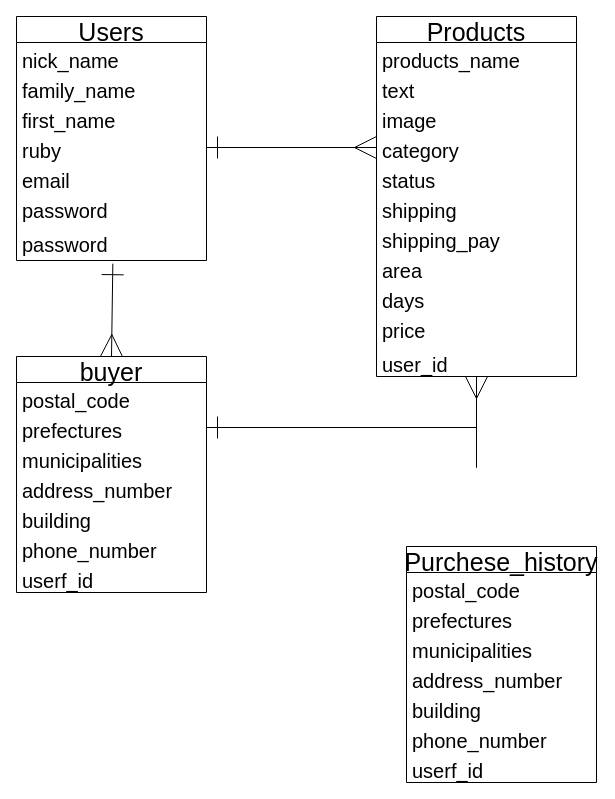
Above: figure.dio in shige1128/furima-30933 (draw.io), before the change. Source tidied: cells renumbered, new cells numbered last; positions are measured from the earlier drawing's top-left corner, leaving out a move shared by most shapes. Both pictures are drawn from the tidied source at 100%, with x=0, y=0 at pixel (16, 16).
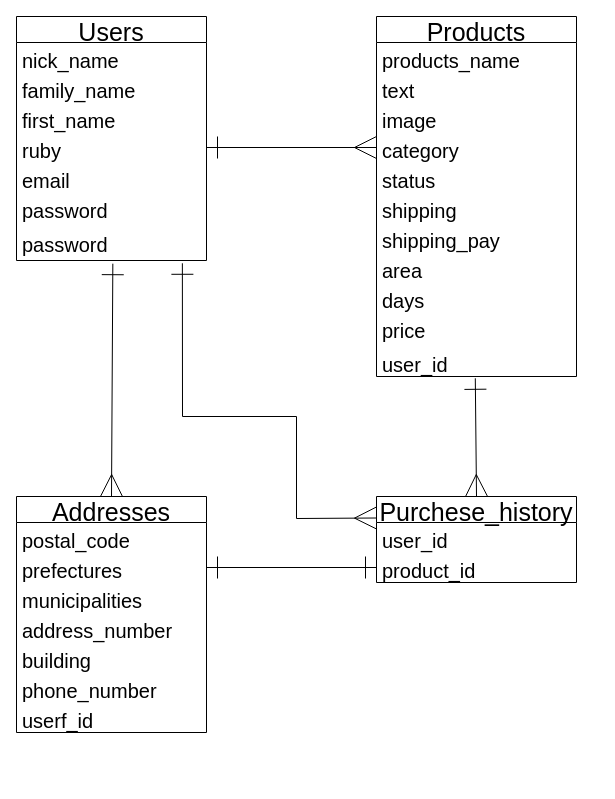
The same page after the edit.

Unchanged cells that the change refers to:
```xml
<mxCell id="10" value="password" style="text;strokeColor=none;fillColor=none;spacingLeft=4;spacingRight=4;overflow=hidden;points=[[0,0.5],[1,0.5]];portConstraint=eastwest;fontSize=20;" parent="3" vertex="1">
  <mxGeometry y="210" width="190" height="34" as="geometry" />
</mxCell>
<mxCell id="22" value="user_id" style="text;strokeColor=none;fillColor=none;spacingLeft=4;spacingRight=4;overflow=hidden;points=[[0,0.5],[1,0.5]];portConstraint=eastwest;fontSize=20;" parent="11" vertex="1">
  <mxGeometry y="330" width="200" height="30" as="geometry" />
</mxCell>
<mxCell id="25" value="prefectures" style="text;strokeColor=none;fillColor=none;spacingLeft=4;spacingRight=4;overflow=hidden;points=[[0,0.5],[1,0.5]];portConstraint=eastwest;fontSize=20;" parent="23" vertex="1">
  <mxGeometry y="56" width="190" height="30" as="geometry" />
</mxCell>
```

Diff of the diagram source:
```diff
@@
+    <mxCell id="41" style="edgeStyle=none;rounded=0;jettySize=auto;html=1;exitX=0.494;exitY=1.06;exitDx=0;exitDy=0;entryX=0.5;entryY=0;entryDx=0;entryDy=0;startArrow=ERone;startFill=0;startSize=20;sourcePerimeterSpacing=0;endArrow=ERmany;endFill=0;endSize=20;targetPerimeterSpacing=6;strokeWidth=1;fontSize=25;exitPerimeter=0;" parent="1" edge="1" source="22" target="33">
+      <mxGeometry relative="1" as="geometry" />
+    </mxCell>
@@
-    <mxCell id="23" value="buyer" style="swimlane;fontStyle=0;horizontal=1;startSize=26;align=center;fontSize=25;" parent="1" vertex="1">
-      <mxGeometry y="340" width="190" height="236" as="geometry" />
+    <mxCell id="23" value="Addresses" style="swimlane;fontStyle=0;horizontal=1;startSize=26;align=center;fontSize=25;" parent="1" vertex="1">
+      <mxGeometry y="480" width="190" height="236" as="geometry" />
     </mxCell>
@@
-    <mxCell id="31" style="edgeStyle=orthogonalEdgeStyle;rounded=0;orthogonalLoop=1;jettySize=auto;html=1;exitX=1;exitY=0.5;exitDx=0;exitDy=0;fontSize=25;endArrow=ERmany;endFill=0;endSize=20;startArrow=ERone;startFill=0;targetPerimeterSpacing=0;sourcePerimeterSpacing=0;startSize=20;" parent="1" edge="1">
-      <mxGeometry relative="1" as="geometry">
-        <mxPoint x="190" y="411" as="sourcePoint" />
-        <mxPoint x="460" y="360" as="targetPoint" />
-        <Array as="points">
-          <mxPoint x="460" y="451" />
-          <mxPoint x="460" y="341" />
-        </Array>
-      </mxGeometry>
-    </mxCell>
@@
     <mxCell id="33" value="Purchese_history" style="swimlane;fontStyle=0;horizontal=1;startSize=26;align=center;fontSize=25;" parent="1" vertex="1">
-      <mxGeometry x="390" y="530" width="190" height="236" as="geometry" />
+      <mxGeometry x="360" y="480" width="200" height="86" as="geometry" />
     </mxCell>
-    <mxCell id="34" value="postal_code" style="text;strokeColor=none;fillColor=none;spacingLeft=4;spacingRight=4;overflow=hidden;fontSize=20;" parent="33" vertex="1">
-      <mxGeometry y="26" width="190" height="30" as="geometry" />
-    </mxCell>
-    <mxCell id="35" value="prefectures" style="text;strokeColor=none;fillColor=none;spacingLeft=4;spacingRight=4;overflow=hidden;fontSize=20;" parent="33" vertex="1">
-      <mxGeometry y="56" width="190" height="30" as="geometry" />
-    </mxCell>
-    <mxCell id="36" value="municipalities" style="text;strokeColor=none;fillColor=none;spacingLeft=4;spacingRight=4;overflow=hidden;fontSize=20;" parent="33" vertex="1">
-      <mxGeometry y="86" width="190" height="30" as="geometry" />
-    </mxCell>
-    <mxCell id="37" value="address_number" style="text;strokeColor=none;fillColor=none;spacingLeft=4;spacingRight=4;overflow=hidden;fontSize=20;" parent="33" vertex="1">
-      <mxGeometry y="116" width="190" height="30" as="geometry" />
-    </mxCell>
-    <mxCell id="38" value="building" style="text;strokeColor=none;fillColor=none;spacingLeft=4;spacingRight=4;overflow=hidden;fontSize=20;" parent="33" vertex="1">
-      <mxGeometry y="146" width="190" height="30" as="geometry" />
-    </mxCell>
-    <mxCell id="39" value="phone_number" style="text;strokeColor=none;fillColor=none;spacingLeft=4;spacingRight=4;overflow=hidden;fontSize=20;" parent="33" vertex="1">
-      <mxGeometry y="176" width="190" height="30" as="geometry" />
-    </mxCell>
-    <mxCell id="40" value="userf_id" style="text;strokeColor=none;fillColor=none;spacingLeft=4;spacingRight=4;overflow=hidden;fontSize=20;" parent="33" vertex="1">
-      <mxGeometry y="206" width="190" height="30" as="geometry" />
+    <mxCell id="40" value="user_id" style="text;strokeColor=none;fillColor=none;spacingLeft=4;spacingRight=4;overflow=hidden;fontSize=20;" parent="33" vertex="1">
+      <mxGeometry y="26" width="200" height="30" as="geometry" />
     </mxCell>
+    <mxCell id="42" value="product_id" style="text;strokeColor=none;fillColor=none;spacingLeft=4;spacingRight=4;overflow=hidden;points=[[0,0.5],[1,0.5]];portConstraint=eastwest;fontSize=20;" parent="33" vertex="1">
+      <mxGeometry y="56" width="200" height="30" as="geometry" />
+    </mxCell>
+    <mxCell id="43" style="edgeStyle=none;rounded=0;jettySize=auto;html=1;exitX=1;exitY=0.5;exitDx=0;exitDy=0;entryX=0;entryY=0.5;entryDx=0;entryDy=0;startArrow=ERone;startFill=0;startSize=20;sourcePerimeterSpacing=0;endArrow=ERone;endFill=0;endSize=20;targetPerimeterSpacing=6;strokeWidth=1;fontSize=25;" parent="1" edge="1" source="25" target="42">
+      <mxGeometry relative="1" as="geometry" />
+    </mxCell>
+    <mxCell id="44" style="edgeStyle=none;rounded=0;jettySize=auto;html=1;exitX=0.873;exitY=1.082;exitDx=0;exitDy=0;entryX=0;entryY=0.25;entryDx=0;entryDy=0;startArrow=ERone;startFill=0;startSize=20;sourcePerimeterSpacing=0;endArrow=ERmany;endFill=0;endSize=20;targetPerimeterSpacing=6;strokeWidth=1;fontSize=25;exitPerimeter=0;" parent="1" edge="1" source="10" target="33">
+      <mxGeometry relative="1" as="geometry">
+        <Array as="points">
+          <mxPoint x="166" y="400" />
+          <mxPoint x="280" y="400" />
+          <mxPoint x="280" y="502" />
+        </Array>
+      </mxGeometry>
+    </mxCell>
```
